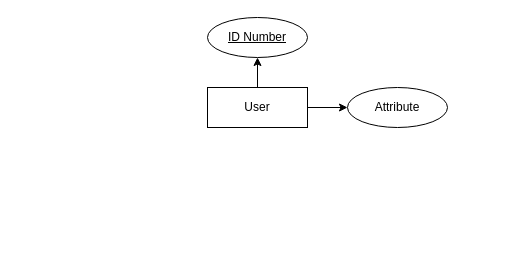
NawafSD/BloodDonationSystem keeps this draw.io diagram as EER Diagram/BloodDonationSystem.drawio. Above is the earlier version. Source tidied: cells renumbered, new cells numbered last; positions are measured from the earlier drawing's top-left corner, leaving out a move shared by most shapes. Both pictures are drawn from the tidied source at 100%, with x=0, y=0 at pixel (207, 17).
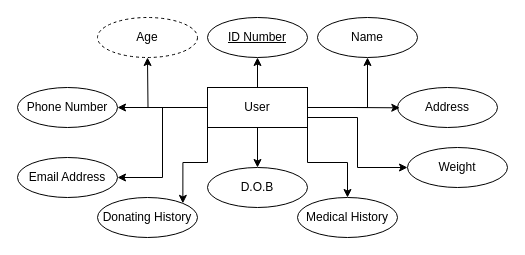
After the change.

Unchanged cells that the change refers to:
```xml
<mxCell id="4" value="User" style="whiteSpace=wrap;html=1;align=center;" parent="1" vertex="1">
  <mxGeometry y="70" width="100" height="40" as="geometry" />
</mxCell>
```

Diff of the diagram source:
```diff
@@
+    <mxCell id="7" style="edgeStyle=orthogonalEdgeStyle;rounded=0;jettySize=auto;html=1;" parent="1" edge="1" source="4">
+      <mxGeometry relative="1" as="geometry">
+        <mxPoint x="-60" y="40" as="targetPoint" />
+      </mxGeometry>
+    </mxCell>
+    <mxCell id="8" style="edgeStyle=orthogonalEdgeStyle;rounded=0;jettySize=auto;html=1;" parent="1" edge="1" source="4" target="14">
+      <mxGeometry relative="1" as="geometry" />
+    </mxCell>
+    <mxCell id="9" style="edgeStyle=orthogonalEdgeStyle;rounded=0;jettySize=auto;html=1;entryX=1;entryY=0.5;entryDx=0;entryDy=0;" parent="1" edge="1" source="4" target="18">
+      <mxGeometry relative="1" as="geometry" />
+    </mxCell>
+    <mxCell id="10" style="edgeStyle=orthogonalEdgeStyle;rounded=0;jettySize=auto;html=1;exitX=1;exitY=0.75;exitDx=0;exitDy=0;entryX=0;entryY=0.5;entryDx=0;entryDy=0;" parent="1" edge="1" source="4" target="20">
+      <mxGeometry relative="1" as="geometry" />
+    </mxCell>
+    <mxCell id="11" style="edgeStyle=orthogonalEdgeStyle;rounded=0;jettySize=auto;html=1;exitX=1;exitY=1;exitDx=0;exitDy=0;entryX=0.5;entryY=0;entryDx=0;entryDy=0;" parent="1" edge="1" source="4" target="21">
+      <mxGeometry relative="1" as="geometry" />
+    </mxCell>
+    <mxCell id="12" style="edgeStyle=orthogonalEdgeStyle;rounded=0;jettySize=auto;html=1;exitX=0;exitY=1;exitDx=0;exitDy=0;entryX=1;entryY=0;entryDx=0;entryDy=0;" parent="1" edge="1" source="4" target="22">
+      <mxGeometry relative="1" as="geometry" />
+    </mxCell>
@@
-    <mxCell id="6" value="Attribute" style="ellipse;whiteSpace=wrap;html=1;align=center;" parent="1" vertex="1">
-      <mxGeometry x="140" y="70" width="100" height="40" as="geometry" />
+    <mxCell id="6" value="Name" style="ellipse;whiteSpace=wrap;html=1;align=center;" parent="1" vertex="1">
+      <mxGeometry x="110" width="100" height="40" as="geometry" />
     </mxCell>
+    <mxCell id="13" value="Age" style="ellipse;whiteSpace=wrap;html=1;align=center;dashed=1;" parent="1" vertex="1">
+      <mxGeometry x="-110" width="100" height="40" as="geometry" />
+    </mxCell>
+    <mxCell id="14" value="D.O.B" style="ellipse;whiteSpace=wrap;html=1;align=center;" parent="1" vertex="1">
+      <mxGeometry y="150" width="100" height="40" as="geometry" />
+    </mxCell>
+    <mxCell id="15" value="Address" style="ellipse;whiteSpace=wrap;html=1;align=center;" parent="1" vertex="1">
+      <mxGeometry x="190" y="70" width="100" height="40" as="geometry" />
+    </mxCell>
+    <mxCell id="16" style="edgeStyle=orthogonalEdgeStyle;rounded=0;jettySize=auto;html=1;entryX=0.023;entryY=0.508;entryDx=0;entryDy=0;entryPerimeter=0;" parent="1" edge="1" source="4" target="15">
+      <mxGeometry relative="1" as="geometry" />
+    </mxCell>
+    <mxCell id="17" value="Phone Number" style="ellipse;whiteSpace=wrap;html=1;align=center;" parent="1" vertex="1">
+      <mxGeometry x="-190" y="70" width="100" height="40" as="geometry" />
+    </mxCell>
+    <mxCell id="18" value="Email Address" style="ellipse;whiteSpace=wrap;html=1;align=center;" parent="1" vertex="1">
+      <mxGeometry x="-190" y="140" width="100" height="40" as="geometry" />
+    </mxCell>
+    <mxCell id="19" style="edgeStyle=orthogonalEdgeStyle;rounded=0;jettySize=auto;html=1;exitX=0;exitY=0.5;exitDx=0;exitDy=0;entryX=1;entryY=0.5;entryDx=0;entryDy=0;" parent="1" edge="1" source="4" target="17">
+      <mxGeometry relative="1" as="geometry" />
+    </mxCell>
+    <mxCell id="20" value="Weight" style="ellipse;whiteSpace=wrap;html=1;align=center;" parent="1" vertex="1">
+      <mxGeometry x="200" y="130" width="100" height="40" as="geometry" />
+    </mxCell>
+    <mxCell id="21" value="Medical History" style="ellipse;whiteSpace=wrap;html=1;align=center;" parent="1" vertex="1">
+      <mxGeometry x="90" y="180" width="100" height="40" as="geometry" />
+    </mxCell>
+    <mxCell id="22" value="Donating History" style="ellipse;whiteSpace=wrap;html=1;align=center;" parent="1" vertex="1">
+      <mxGeometry x="-110" y="180" width="100" height="40" as="geometry" />
+    </mxCell>
```
